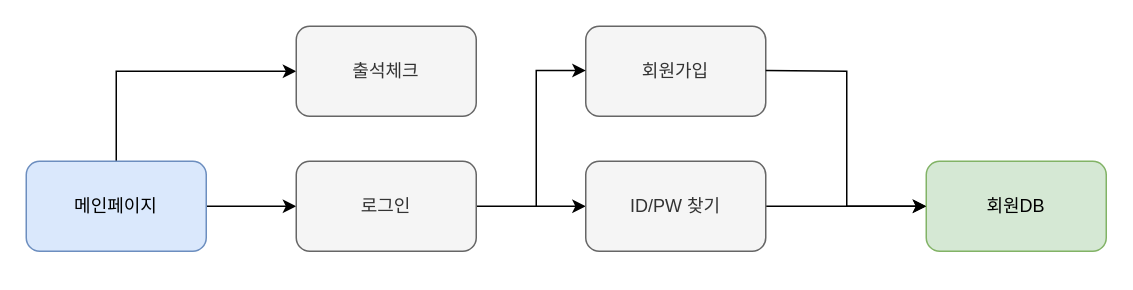
Above: page "login" (2 of 3) of Untitled Diagram.drawio in pyurumi/project_japan (draw.io), before the change. Source tidied: cells renumbered, new cells numbered last; positions are measured from the earlier drawing's top-left corner, leaving out a move shared by most shapes. Both pictures are drawn from the tidied source at 150%, with x=0, y=0 at pixel (26, 26).
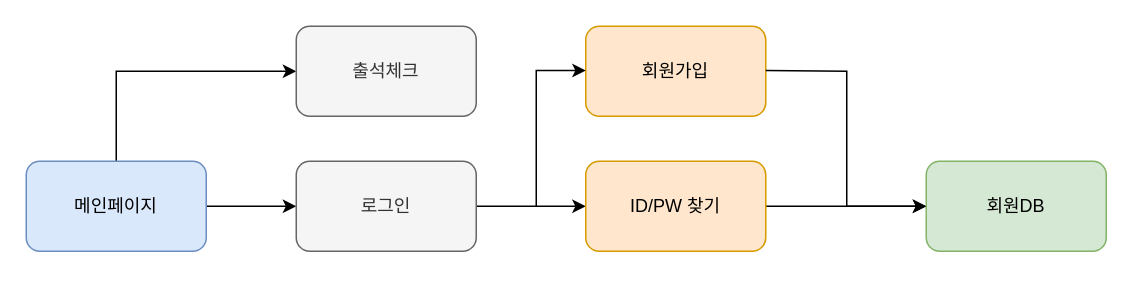
The same diagram, later.

Change to the diagram source:
```diff
@@
 <mxGraphModel>
   <root>
     <mxCell id="0" />
     <mxCell id="1" parent="0" />
     <mxCell id="2" style="edgeStyle=orthogonalEdgeStyle;rounded=0;jettySize=auto;html=1;exitX=1;exitY=0.5;exitDx=0;exitDy=0;entryX=0;entryY=0.5;entryDx=0;entryDy=0;" parent="1" edge="1" source="4" target="6">
       <mxGeometry relative="1" as="geometry" />
     </mxCell>
     <mxCell id="3" style="edgeStyle=orthogonalEdgeStyle;rounded=0;jettySize=auto;html=1;exitX=0.5;exitY=1;exitDx=0;exitDy=0;entryX=0;entryY=0.5;entryDx=0;entryDy=0;" parent="1" edge="1" source="4" target="12">
       <mxGeometry relative="1" as="geometry">
         <Array as="points">
           <mxPoint x="60" y="30" />
         </Array>
       </mxGeometry>
     </mxCell>
     <mxCell id="4" value="메인페이지" style="rounded=1;whiteSpace=wrap;html=1;fillColor=#dae8fc;strokeColor=#6c8ebf;" parent="1" vertex="1">
       <mxGeometry y="90" width="120" height="60" as="geometry" />
     </mxCell>
     <mxCell id="5" style="edgeStyle=orthogonalEdgeStyle;rounded=0;jettySize=auto;html=1;exitX=1;exitY=0.5;exitDx=0;exitDy=0;" parent="1" edge="1" source="6" target="9">
       <mxGeometry relative="1" as="geometry">
         <Array as="points">
           <mxPoint x="353" y="120" />
         </Array>
       </mxGeometry>
     </mxCell>
     <mxCell id="6" value="로그인" style="rounded=1;whiteSpace=wrap;html=1;fillColor=#f5f5f5;strokeColor=#666666;fontColor=#333333;" parent="1" vertex="1">
       <mxGeometry x="180" y="90" width="120" height="60" as="geometry" />
     </mxCell>
-    <mxCell id="7" value="회원가입" style="rounded=1;whiteSpace=wrap;html=1;fillColor=#f5f5f5;strokeColor=#666666;fontColor=#333333;" parent="1" vertex="1">
+    <mxCell id="7" value="회원가입" style="rounded=1;whiteSpace=wrap;html=1;fillColor=#ffe6cc;strokeColor=#d79b00;" parent="1" vertex="1">
       <mxGeometry x="373" width="120" height="60" as="geometry" />
     </mxCell>
     <mxCell id="8" style="edgeStyle=orthogonalEdgeStyle;rounded=0;jettySize=auto;html=1;exitX=1;exitY=0.5;exitDx=0;exitDy=0;entryX=0;entryY=0.5;entryDx=0;entryDy=0;" parent="1" edge="1" source="9" target="11">
       <mxGeometry relative="1" as="geometry" />
     </mxCell>
-    <mxCell id="9" value="ID/PW 찾기" style="rounded=1;whiteSpace=wrap;html=1;fillColor=#f5f5f5;strokeColor=#666666;fontColor=#333333;" parent="1" vertex="1">
+    <mxCell id="9" value="ID/PW 찾기" style="rounded=1;whiteSpace=wrap;html=1;fillColor=#ffe6cc;strokeColor=#d79b00;" parent="1" vertex="1">
       <mxGeometry x="373" y="90" width="120" height="60" as="geometry" />
     </mxCell>
     <mxCell id="10" style="edgeStyle=orthogonalEdgeStyle;rounded=0;orthogonalLoop=1;jettySize=auto;html=1;" parent="1" edge="1">
       <mxGeometry relative="1" as="geometry">
         <mxPoint x="340" y="120" as="sourcePoint" />
         <mxPoint x="373" y="29.5" as="targetPoint" />
         <Array as="points">
           <mxPoint x="373" y="29.5" />
         </Array>
       </mxGeometry>
     </mxCell>
     <mxCell id="11" value="회원DB" style="rounded=1;whiteSpace=wrap;html=1;fillColor=#d5e8d4;strokeColor=#82b366;" parent="1" vertex="1">
       <mxGeometry x="600" y="90" width="120" height="60" as="geometry" />
     </mxCell>
     <mxCell id="12" value="출석체크" style="rounded=1;whiteSpace=wrap;html=1;fillColor=#f5f5f5;strokeColor=#666666;fontColor=#333333;" parent="1" vertex="1">
       <mxGeometry x="180" width="120" height="60" as="geometry" />
     </mxCell>
     <mxCell id="13" style="edgeStyle=orthogonalEdgeStyle;rounded=0;jettySize=auto;html=1;exitX=1;exitY=0.5;exitDx=0;exitDy=0;entryX=0;entryY=0.5;entryDx=0;entryDy=0;" parent="1" edge="1" target="11">
       <mxGeometry relative="1" as="geometry">
         <mxPoint x="493" y="29.5" as="sourcePoint" />
       </mxGeometry>
     </mxCell>
   </root>
 </mxGraphModel>
```
